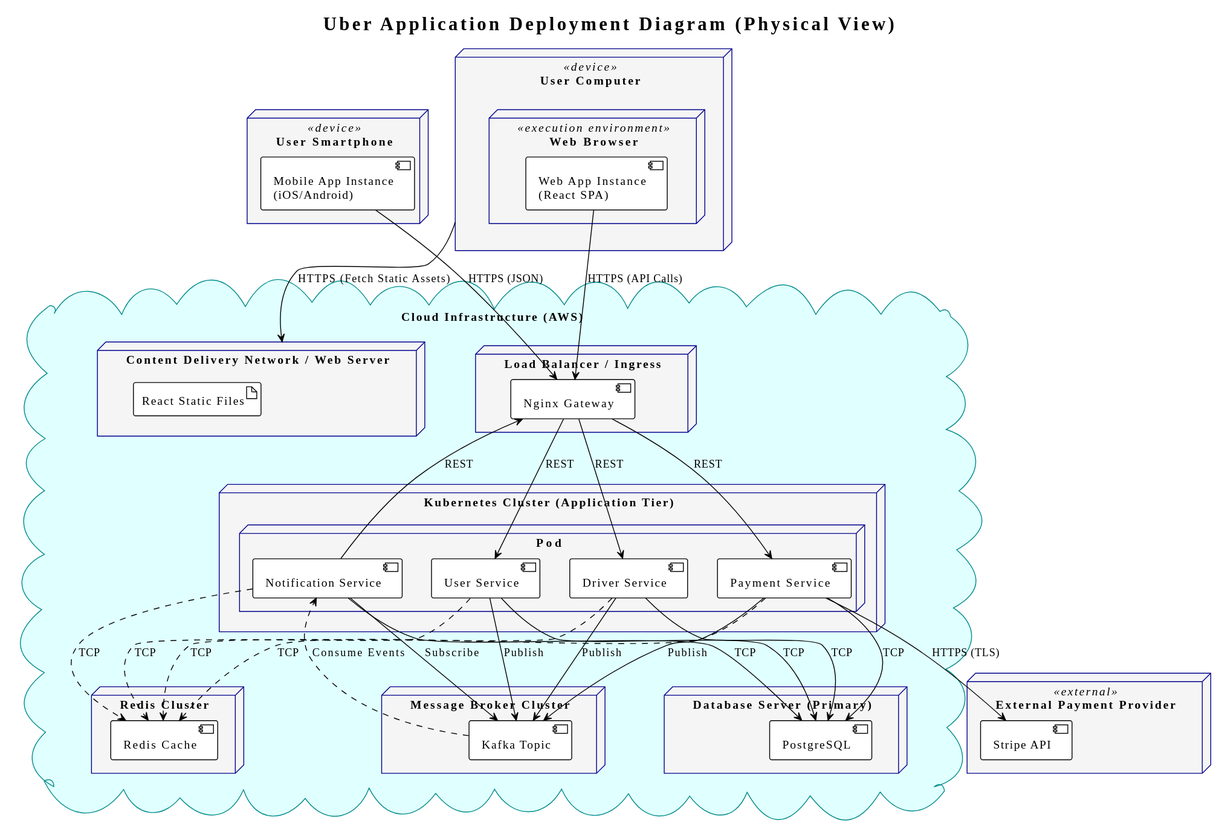
inno-se-toolkit/se-toolkit-lab-4 keeps this PlantUML diagram as docs/diagrams/out/yandex-go/architecture-deployment/Deployment Diagram.svg. Above is the earlier version.
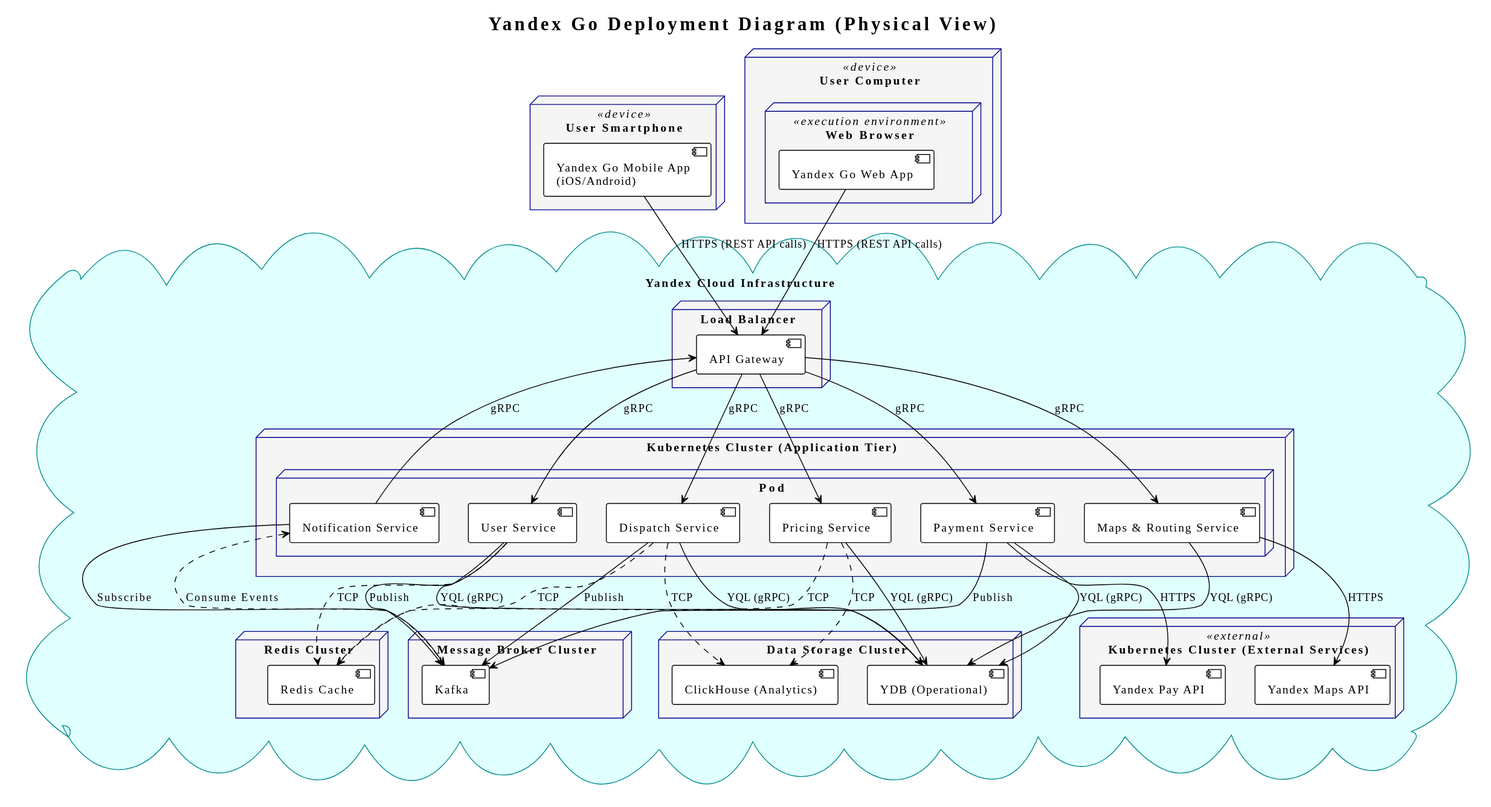
The same file after the commit.

The edit, as a diff of the source:
```diff
@@ -22,80 +22,85 @@
   BorderColor Black
 }
 
-title Uber Application Deployment Diagram (Physical View)
+title Yandex Go Deployment Diagram (Physical View)
 
 node "User Smartphone" <<device>> as SmartPhone {
-  component [Mobile App Instance\n(iOS/Android)] as mobile_app
+  component [Yandex Go Mobile App\n(iOS/Android)] as mobile_app
 }
 
 node "User Computer" <<device>> as Computer {
   node "Web Browser" <<execution environment>> {
-    component [Web App Instance\n(React SPA)] as web_app
+    component [Yandex Go Web App] as web_app
   }
 }
 
-node "External Payment Provider" <<external>> {
-  component [Stripe API] as stripe
-}
+cloud "Yandex Cloud Infrastructure" {
 
-cloud "Cloud Infrastructure (AWS)" {
-
-  node "Content Delivery Network / Web Server" as CDN {
-    artifact "React Static Files"
-  }
-
-  node "Load Balancer / Ingress" as LB {
-    component [Nginx Gateway] as nginx
+  node "Load Balancer" as LB {
+    component [API Gateway] as api_gateway
   }
 
   node "Kubernetes Cluster (Application Tier)" as K8s {
     node "Pod" {
       component [User Service] as user_service
       component [Payment Service] as payment_service
-      component [Driver Service] as driver_service
+      component [Dispatch Service] as dispatch_service
+      component [Pricing Service] as pricing_service
+      component [Maps & Routing Service] as maps_service
       component [Notification Service] as notification_service
     }
   }
 
-  node "Message Broker Cluster" as KafkaCluster {
-    queue [Kafka Topic] as kafka
+  node "Message Broker Cluster" as BrokerNode {
+    queue [Kafka] as kafka
   }
 
   node "Redis Cluster" as RedisNode {
     component [Redis Cache] as redis
   }
 
-  node "Database Server (Primary)" as DBServer {
-    database [PostgreSQL] as postgres
+  node "Data Storage Cluster" as DBServer {
+    database [YDB (Operational)] as ydb
+    database [ClickHouse (Analytics)] as clickhouse
+  }
+
+  node "Kubernetes Cluster (External Services)" <<external>> {
+    component [Yandex Pay API] as yandex_pay
+    component [Yandex Maps API] as global_maps
   }
 }
 
 
-mobile_app --> nginx : HTTPS (JSON)
-Computer --> CDN : HTTPS (Fetch Static Assets)
-web_app --> nginx : HTTPS (API Calls)
+mobile_app --> api_gateway : HTTPS (REST API calls)
+web_app --> api_gateway : HTTPS (REST API calls)
 
-nginx --> user_service : REST
-nginx --> payment_service : REST
-nginx --> driver_service : REST
-notification_service --> nginx : REST
+api_gateway --> user_service : gRPC
+api_gateway --> payment_service : gRPC
+api_gateway --> dispatch_service : gRPC
+api_gateway --> pricing_service : gRPC
+api_gateway --> maps_service : gRPC
+notification_service --> api_gateway : gRPC
 
-user_service --> postgres : TCP
-payment_service --> postgres : TCP
-driver_service --> postgres : TCP
-notification_service --> postgres : TCP
+user_service --> ydb : YQL (gRPC)
+payment_service --> ydb : YQL (gRPC)
+dispatch_service --> ydb : YQL (gRPC)
+pricing_service --> ydb : YQL (gRPC)
+maps_service --> ydb : YQL (gRPC)
+
+pricing_service ..> clickhouse : TCP
+dispatch_service ..> clickhouse : TCP
 
 user_service ..> redis : TCP
-payment_service ..> redis : TCP
-driver_service ..> redis : TCP
-notification_service ..> redis : TCP
+dispatch_service ..> redis : TCP
+pricing_service ..> redis : TCP
 
 user_service --> kafka : Publish
 payment_service --> kafka : Publish
-driver_service --> kafka : Publish
+dispatch_service --> kafka : Publish
 notification_service --> kafka : Subscribe
 
 kafka ..> notification_service : Consume Events
 
-payment_service --> stripe : HTTPS (TLS)
+payment_service --> yandex_pay : HTTPS
+maps_service --> global_maps : HTTPS
 @enduml
```
